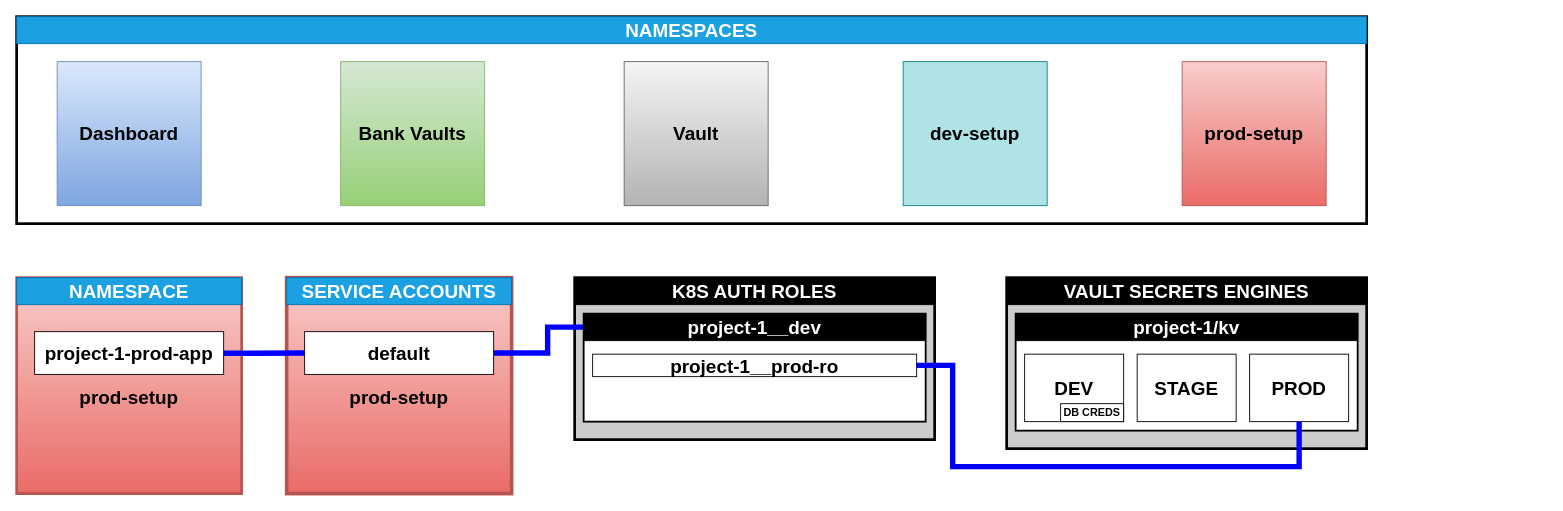
This is docs/schemes/prod-setup.drawio from yura-shutkin/k8s-secrets-management, a draw.io file, before an edit. Source tidied: cells renumbered, new cells numbered last; positions are measured from the earlier drawing's top-left corner, leaving out a move shared by most shapes. Both pictures are drawn from the tidied source at 90%, with x=0, y=0 at pixel (16, 16).
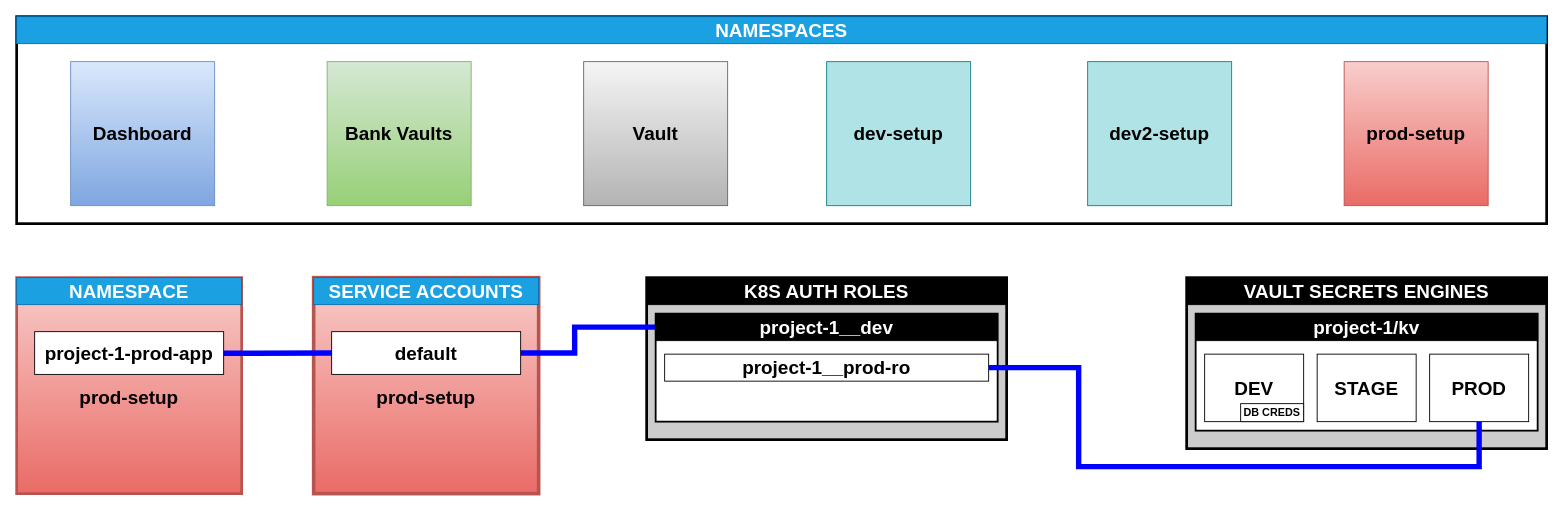
After the change.

What changed in the source:
```diff
@@
     <mxCell id="2" value="&lt;b&gt;&lt;br&gt;prod-setup&lt;/b&gt;" style="rounded=0;whiteSpace=wrap;html=1;fontSize=21;strokeWidth=4;fillColor=#f8cecc;strokeColor=#b85450;gradientColor=#ea6b66;" parent="1" vertex="1">
-      <mxGeometry x="300" y="290" width="250" height="240" as="geometry" />
+      <mxGeometry x="330" y="290" width="250" height="240" as="geometry" />
     </mxCell>
@@
-    <mxCell id="4" style="rounded=0;whiteSpace=wrap;html=1;strokeWidth=3;" parent="1" vertex="1">
-      <mxGeometry width="1500" height="230" as="geometry" />
-    </mxCell>
-    <mxCell id="5" value="Bank Vaults" style="whiteSpace=wrap;html=1;fontStyle=1;fontSize=21;gradientColor=#97d077;fillColor=#d5e8d4;strokeColor=#82b366;" parent="1" vertex="1">
-      <mxGeometry x="360" y="50" width="160" height="160" as="geometry" />
-    </mxCell>
-    <mxCell id="6" value="Vault" style="whiteSpace=wrap;html=1;fontStyle=1;fontSize=21;gradientColor=#b3b3b3;fillColor=#f5f5f5;strokeColor=#666666;" parent="1" vertex="1">
-      <mxGeometry x="675" y="50" width="160" height="160" as="geometry" />
-    </mxCell>
-    <mxCell id="7" value="dev-setup" style="whiteSpace=wrap;html=1;fontStyle=1;fontSize=21;fillColor=#b0e3e6;strokeColor=#0e8088;" parent="1" vertex="1">
-      <mxGeometry x="985" y="50" width="160" height="160" as="geometry" />
-    </mxCell>
-    <mxCell id="8" value="prod-setup" style="whiteSpace=wrap;html=1;fontStyle=1;fontSize=21;gradientColor=#ea6b66;fillColor=#f8cecc;strokeColor=#b85450;" parent="1" vertex="1">
-      <mxGeometry x="1295" y="50" width="160" height="160" as="geometry" />
-    </mxCell>
-    <mxCell id="9" value="Dashboard" style="whiteSpace=wrap;html=1;fontStyle=1;fontSize=21;gradientColor=#7ea6e0;fillColor=#dae8fc;strokeColor=#6c8ebf;" parent="1" vertex="1">
-      <mxGeometry x="45" y="50" width="160" height="160" as="geometry" />
-    </mxCell>
     <mxCell id="10" value="SERVICE ACCOUNTS" style="rounded=0;whiteSpace=wrap;html=1;fontStyle=1;fontSize=21;fillColor=#1ba1e2;fontColor=#ffffff;strokeColor=#006EAF;" parent="1" vertex="1">
-      <mxGeometry x="300" y="290" width="250" height="30" as="geometry" />
+      <mxGeometry x="330" y="290" width="250" height="30" as="geometry" />
     </mxCell>
-    <mxCell id="11" value="NAMESPACES" style="rounded=0;whiteSpace=wrap;html=1;fontStyle=1;fontSize=21;fontColor=#ffffff;fillColor=#1ba1e2;strokeColor=#006EAF;" parent="1" vertex="1">
-      <mxGeometry width="1500" height="30" as="geometry" />
-    </mxCell>
     <mxCell id="12" style="rounded=0;whiteSpace=wrap;html=1;strokeWidth=3;fillColor=#CCCCCC;" parent="1" vertex="1">
-      <mxGeometry x="1100" y="290" width="400" height="190" as="geometry" />
+      <mxGeometry x="1300" y="290" width="400" height="190" as="geometry" />
     </mxCell>
     <mxCell id="13" value="VAULT SECRETS ENGINES" style="rounded=0;whiteSpace=wrap;html=1;fillColor=#000000;fontColor=#FFFFFF;fontStyle=1;fontSize=21;" parent="1" vertex="1">
-      <mxGeometry x="1100" y="290" width="400" height="30" as="geometry" />
+      <mxGeometry x="1300" y="290" width="400" height="30" as="geometry" />
     </mxCell>
     <mxCell id="14" style="rounded=0;whiteSpace=wrap;html=1;strokeWidth=2;" parent="1" vertex="1">
-      <mxGeometry x="1110" y="330" width="380" height="130" as="geometry" />
+      <mxGeometry x="1310" y="330" width="380" height="130" as="geometry" />
     </mxCell>
     <mxCell id="15" value="project-1/kv" style="rounded=0;whiteSpace=wrap;html=1;fontStyle=1;fontSize=21;fontColor=#FFFFFF;fillColor=#000000;" parent="1" vertex="1">
-      <mxGeometry x="1110" y="330" width="380" height="30" as="geometry" />
+      <mxGeometry x="1310" y="330" width="380" height="30" as="geometry" />
     </mxCell>
     <mxCell id="16" value="DEV" style="rounded=0;whiteSpace=wrap;html=1;fontStyle=1;fontSize=21;" parent="1" vertex="1">
-      <mxGeometry x="1120" y="375" width="110" height="75" as="geometry" />
+      <mxGeometry x="1320" y="375" width="110" height="75" as="geometry" />
     </mxCell>
     <mxCell id="17" value="STAGE" style="rounded=0;whiteSpace=wrap;html=1;fontStyle=1;fontSize=21;" parent="1" vertex="1">
-      <mxGeometry x="1245" y="375" width="110" height="75" as="geometry" />
+      <mxGeometry x="1445" y="375" width="110" height="75" as="geometry" />
     </mxCell>
     <mxCell id="18" value="PROD" style="rounded=0;whiteSpace=wrap;html=1;fontStyle=1;fontSize=21;" parent="1" vertex="1">
-      <mxGeometry x="1370" y="375" width="110" height="75" as="geometry" />
+      <mxGeometry x="1570" y="375" width="110" height="75" as="geometry" />
     </mxCell>
     <mxCell id="19" value="DB CREDS" style="rounded=0;whiteSpace=wrap;html=1;fontStyle=1;" parent="1" vertex="1">
-      <mxGeometry x="1160" y="430" width="70" height="20" as="geometry" />
+      <mxGeometry x="1360" y="430" width="70" height="20" as="geometry" />
     </mxCell>
@@
     <mxCell id="21" style="rounded=0;whiteSpace=wrap;html=1;strokeWidth=3;fillColor=#CCCCCC;" parent="1" vertex="1">
-      <mxGeometry x="620" y="290" width="400" height="180" as="geometry" />
+      <mxGeometry x="700" y="290" width="400" height="180" as="geometry" />
     </mxCell>
     <mxCell id="22" value="K8S AUTH ROLES" style="rounded=0;whiteSpace=wrap;html=1;fillColor=#000000;fontColor=#FFFFFF;fontStyle=1;fontSize=21;" parent="1" vertex="1">
-      <mxGeometry x="620" y="290" width="400" height="30" as="geometry" />
+      <mxGeometry x="700" y="290" width="400" height="30" as="geometry" />
     </mxCell>
     <mxCell id="23" style="edgeStyle=orthogonalEdgeStyle;rounded=0;jettySize=auto;html=1;exitX=0;exitY=0.5;exitDx=0;exitDy=0;entryX=1;entryY=0.5;entryDx=0;entryDy=0;fontSize=21;fontColor=#FFFFFF;endArrow=none;endFill=0;strokeWidth=6;strokeColor=#0000FF;" parent="1" edge="1" source="25" target="29">
       <mxGeometry relative="1" as="geometry">
         <Array as="points">
-          <mxPoint x="590" y="345" />
-          <mxPoint x="590" y="374" />
-          <mxPoint x="530" y="374" />
+          <mxPoint x="620" y="345" />
+          <mxPoint x="620" y="374" />
         </Array>
       </mxGeometry>
     </mxCell>
     <mxCell id="24" style="rounded=0;whiteSpace=wrap;html=1;strokeWidth=2;" parent="1" vertex="1">
-      <mxGeometry x="630" y="330" width="380" height="120" as="geometry" />
+      <mxGeometry x="710" y="330" width="380" height="120" as="geometry" />
     </mxCell>
     <mxCell id="25" value="project-1__dev" style="rounded=0;whiteSpace=wrap;html=1;fontStyle=1;fontSize=21;fontColor=#FFFFFF;fillColor=#000000;" parent="1" vertex="1">
-      <mxGeometry x="630" y="330" width="380" height="30" as="geometry" />
+      <mxGeometry x="710" y="330" width="380" height="30" as="geometry" />
     </mxCell>
     <mxCell id="26" value="&lt;span class=&quot;pl-s&quot;&gt;&lt;span class=&quot;pl-pds&quot;&gt;&lt;/span&gt;project-1__prod-ro&lt;/span&gt;" style="rounded=0;whiteSpace=wrap;html=1;fontStyle=1;fontSize=21;" parent="1" vertex="1">
-      <mxGeometry x="640" y="375" width="360" height="25" as="geometry" />
+      <mxGeometry x="720" y="375" width="360" height="30" as="geometry" />
     </mxCell>
@@
     <mxCell id="29" value="default" style="rounded=0;whiteSpace=wrap;html=1;fontSize=21;strokeWidth=1;fontStyle=1;" parent="1" vertex="1">
-      <mxGeometry x="320" y="350" width="210" height="47.5" as="geometry" />
+      <mxGeometry x="350" y="350" width="210" height="47.5" as="geometry" />
     </mxCell>
     <mxCell id="30" style="edgeStyle=orthogonalEdgeStyle;rounded=0;jettySize=auto;html=1;exitX=1;exitY=0.5;exitDx=0;exitDy=0;entryX=0.5;entryY=1;entryDx=0;entryDy=0;fontSize=21;fontColor=#FFFFFF;endArrow=none;endFill=0;strokeColor=#0000FF;strokeWidth=6;" parent="1" edge="1" source="26" target="18">
       <mxGeometry relative="1" as="geometry">
         <Array as="points">
-          <mxPoint x="1040" y="388" />
-          <mxPoint x="1040" y="500" />
-          <mxPoint x="1425" y="500" />
+          <mxPoint x="1180" y="390" />
+          <mxPoint x="1180" y="500" />
+          <mxPoint x="1625" y="500" />
         </Array>
       </mxGeometry>
     </mxCell>
+    <mxCell id="31" style="rounded=0;whiteSpace=wrap;html=1;strokeWidth=3;" parent="1" vertex="1">
+      <mxGeometry width="1700" height="230" as="geometry" />
+    </mxCell>
+    <mxCell id="5" value="Bank Vaults" style="whiteSpace=wrap;html=1;fontStyle=1;fontSize=21;gradientColor=#97d077;fillColor=#d5e8d4;strokeColor=#82b366;" parent="1" vertex="1">
+      <mxGeometry x="345" y="50" width="160" height="160" as="geometry" />
+    </mxCell>
+    <mxCell id="6" value="Vault" style="whiteSpace=wrap;html=1;fontStyle=1;fontSize=21;gradientColor=#b3b3b3;fillColor=#f5f5f5;strokeColor=#666666;" parent="1" vertex="1">
+      <mxGeometry x="630" y="50" width="160" height="160" as="geometry" />
+    </mxCell>
+    <mxCell id="7" value="dev-setup" style="whiteSpace=wrap;html=1;fontStyle=1;fontSize=21;fillColor=#b0e3e6;strokeColor=#0e8088;" parent="1" vertex="1">
+      <mxGeometry x="900" y="50" width="160" height="160" as="geometry" />
+    </mxCell>
+    <mxCell id="8" value="prod-setup" style="whiteSpace=wrap;html=1;fontStyle=1;fontSize=21;gradientColor=#ea6b66;fillColor=#f8cecc;strokeColor=#b85450;" parent="1" vertex="1">
+      <mxGeometry x="1475" y="50" width="160" height="160" as="geometry" />
+    </mxCell>
+    <mxCell id="9" value="Dashboard" style="whiteSpace=wrap;html=1;fontStyle=1;fontSize=21;gradientColor=#7ea6e0;fillColor=#dae8fc;strokeColor=#6c8ebf;" parent="1" vertex="1">
+      <mxGeometry x="60" y="50" width="160" height="160" as="geometry" />
+    </mxCell>
+    <mxCell id="11" value="NAMESPACES" style="rounded=0;whiteSpace=wrap;html=1;fontStyle=1;fontSize=21;fontColor=#ffffff;fillColor=#1ba1e2;strokeColor=#006EAF;" parent="1" vertex="1">
+      <mxGeometry width="1700" height="30" as="geometry" />
+    </mxCell>
+    <mxCell id="32" value="dev2-setup" style="whiteSpace=wrap;html=1;fontStyle=1;fontSize=21;fillColor=#b0e3e6;strokeColor=#0e8088;" parent="1" vertex="1">
+      <mxGeometry x="1190" y="50" width="160" height="160" as="geometry" />
+    </mxCell>
```
